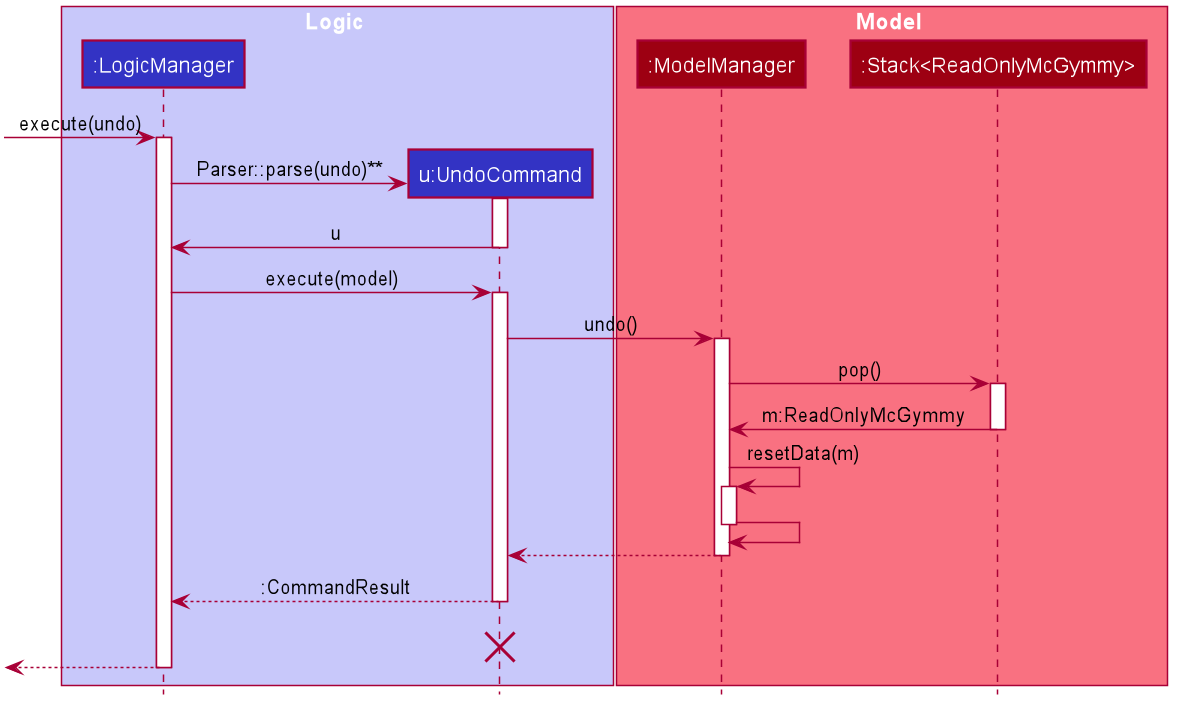
This is docs/images/UndoSequenceDiagram.png from nus-cs2103-AY2021S1/tp, a PlantUML export, as it was before one commit.
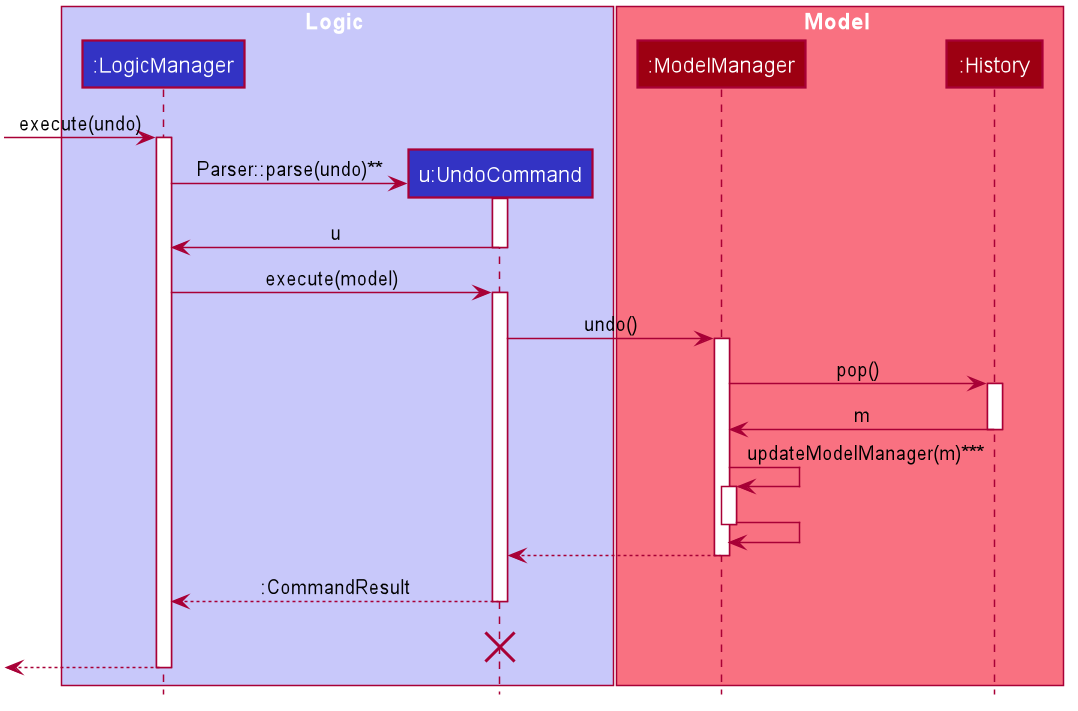
After the change.

What changed in the source:
```diff
@@ -55,7 +55,7 @@
 
 box Model #F97181
 participant ":ModelManager" as Model #9D0012
-participant ":Stack<ReadOnlyMcGymmy>" as McGymmyStack #9D0012
+participant ":History" as History #9D0012
 end box
 
 [-> LogicManager : execute(undo)
@@ -74,13 +74,13 @@
 UndoCommand -> Model : undo()
 activate Model
 
-Model -> McGymmyStack :pop()
-activate McGymmyStack
+Model -> History :pop()
+activate History
 
-McGymmyStack -> Model : m:ReadOnlyMcGymmy
-deactivate McGymmyStack
+History -> Model : m
+deactivate History
 
-Model -> Model: resetData(m)
+Model -> Model: updateModelManager(m)***
 activate Model
 
 Model -> Model
```
